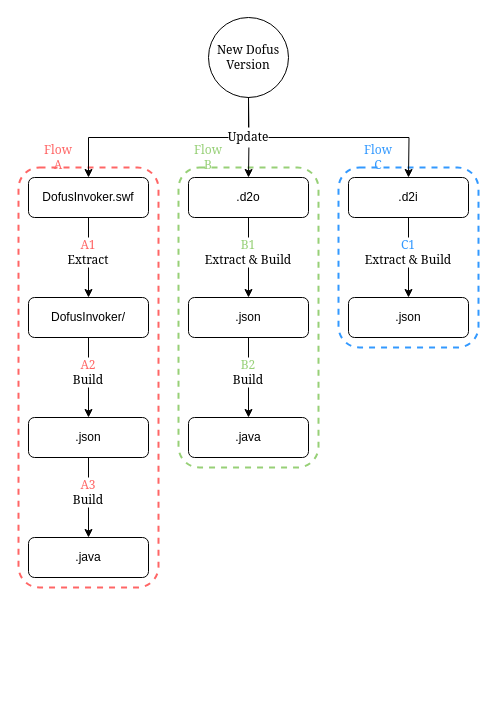
This is images/Flows.drawio from bot4dofus/Datafus, a draw.io file, before an edit. Source tidied: cells renumbered, new cells numbered last; positions are measured from the earlier drawing's top-left corner, leaving out a move shared by most shapes. Both pictures are drawn from the tidied source at 100%, with x=0, y=0 at pixel (18, 17).
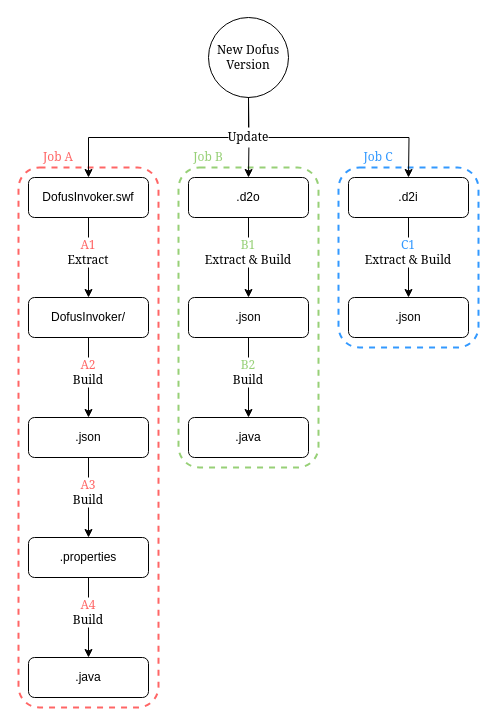
The same diagram, later.

The edit, as a diff of the source:
```diff
@@
+    <mxCell id="4" style="rounded=1;whiteSpace=wrap;html=1;fontFamily=Georgia;fillColor=none;dashed=1;strokeWidth=2;strokeColor=#FF6666;" parent="1" vertex="1">
+      <mxGeometry y="150" width="140" height="540" as="geometry" />
+    </mxCell>
@@
-    <mxCell id="4" style="rounded=1;whiteSpace=wrap;html=1;fontFamily=Georgia;fillColor=none;dashed=1;strokeWidth=2;strokeColor=#FF6666;" parent="1" vertex="1">
-      <mxGeometry y="150" width="140" height="420" as="geometry" />
-    </mxCell>
@@
-    <mxCell id="14" value=".java" style="rounded=1;whiteSpace=wrap;html=1;fontFamily=Helvetica;" parent="1" vertex="1">
+    <mxCell id="14" value=".properties" style="rounded=1;whiteSpace=wrap;html=1;fontFamily=Helvetica;" parent="1" vertex="1">
       <mxGeometry x="10" y="520" width="120" height="40" as="geometry" />
     </mxCell>
@@
-    <mxCell id="31" value="Flow A" style="text;html=1;strokeColor=none;align=center;verticalAlign=middle;whiteSpace=wrap;rounded=0;dashed=1;fontFamily=Georgia;fontColor=#FF6666;" parent="1" vertex="1">
+    <mxCell id="31" value="Job A" style="text;html=1;strokeColor=none;align=center;verticalAlign=middle;whiteSpace=wrap;rounded=0;dashed=1;fontFamily=Georgia;fontColor=#FF6666;" parent="1" vertex="1">
       <mxGeometry x="20" y="130" width="40" height="20" as="geometry" />
     </mxCell>
-    <mxCell id="32" value="Flow B" style="text;html=1;strokeColor=none;align=center;verticalAlign=middle;whiteSpace=wrap;rounded=0;dashed=1;fontFamily=Georgia;fontColor=#97D077;" parent="1" vertex="1">
+    <mxCell id="32" value="Job B" style="text;html=1;strokeColor=none;align=center;verticalAlign=middle;whiteSpace=wrap;rounded=0;dashed=1;fontFamily=Georgia;fontColor=#97D077;" parent="1" vertex="1">
       <mxGeometry x="170" y="130" width="40" height="20" as="geometry" />
     </mxCell>
-    <mxCell id="33" value="&lt;font color=&quot;#3399FF&quot;&gt;Flow C&lt;br&gt;&lt;/font&gt;" style="text;html=1;strokeColor=none;align=center;verticalAlign=middle;whiteSpace=wrap;rounded=0;dashed=1;fontFamily=Georgia;fontColor=#FF6666;" parent="1" vertex="1">
+    <mxCell id="33" value="&lt;font color=&quot;#3399FF&quot;&gt;Job C&lt;br&gt;&lt;/font&gt;" style="text;html=1;strokeColor=none;align=center;verticalAlign=middle;whiteSpace=wrap;rounded=0;dashed=1;fontFamily=Georgia;fontColor=#FF6666;" parent="1" vertex="1">
       <mxGeometry x="340" y="130" width="40" height="20" as="geometry" />
     </mxCell>
+    <mxCell id="34" value=".java" style="rounded=1;whiteSpace=wrap;html=1;fontFamily=Helvetica;" parent="1" vertex="1">
+      <mxGeometry x="10" y="640" width="120" height="40" as="geometry" />
+    </mxCell>
+    <mxCell id="35" style="edgeStyle=orthogonalEdgeStyle;rounded=0;jettySize=auto;html=1;entryX=0.5;entryY=0;entryDx=0;entryDy=0;fontFamily=Georgia;exitX=0.5;exitY=1;exitDx=0;exitDy=0;" parent="1" edge="1" source="14" target="34">
+      <mxGeometry relative="1" as="geometry" />
+    </mxCell>
+    <mxCell id="36" value="&lt;div&gt;&lt;font color=&quot;#FF6666&quot;&gt;A4&lt;/font&gt;&lt;br&gt;&lt;/div&gt;&lt;div&gt;Build&lt;/div&gt;" style="text;html=1;strokeColor=none;align=center;verticalAlign=middle;whiteSpace=wrap;rounded=0;dashed=1;fontFamily=Georgia;fillColor=#FFFFFF;" parent="1" vertex="1">
+      <mxGeometry x="50" y="580" width="40" height="30" as="geometry" />
+    </mxCell>
```
